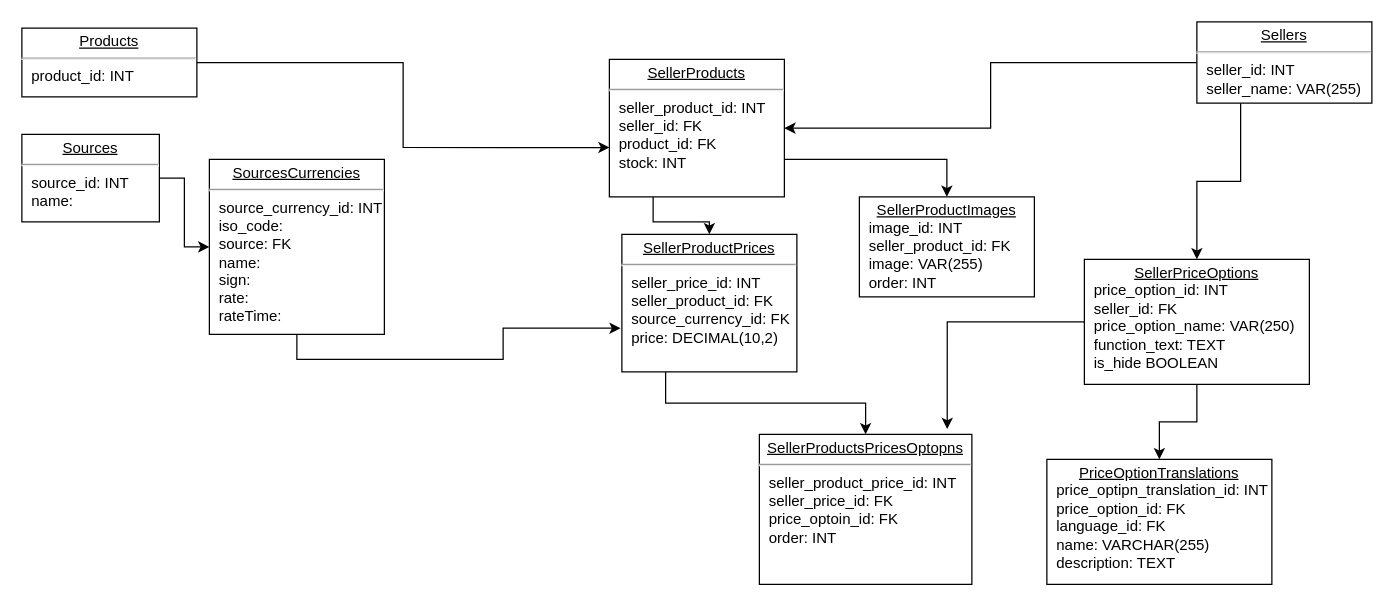
vinter-man/db_draw_io keeps this draw.io diagram as Диаграмма без названия.drawio. Above is the earlier version. Source tidied: cells renumbered, new cells numbered last; positions are measured from the earlier drawing's top-left corner, leaving out a move shared by most shapes. Both pictures are drawn from the tidied source at 125%, with x=0, y=0 at pixel (21, 21).
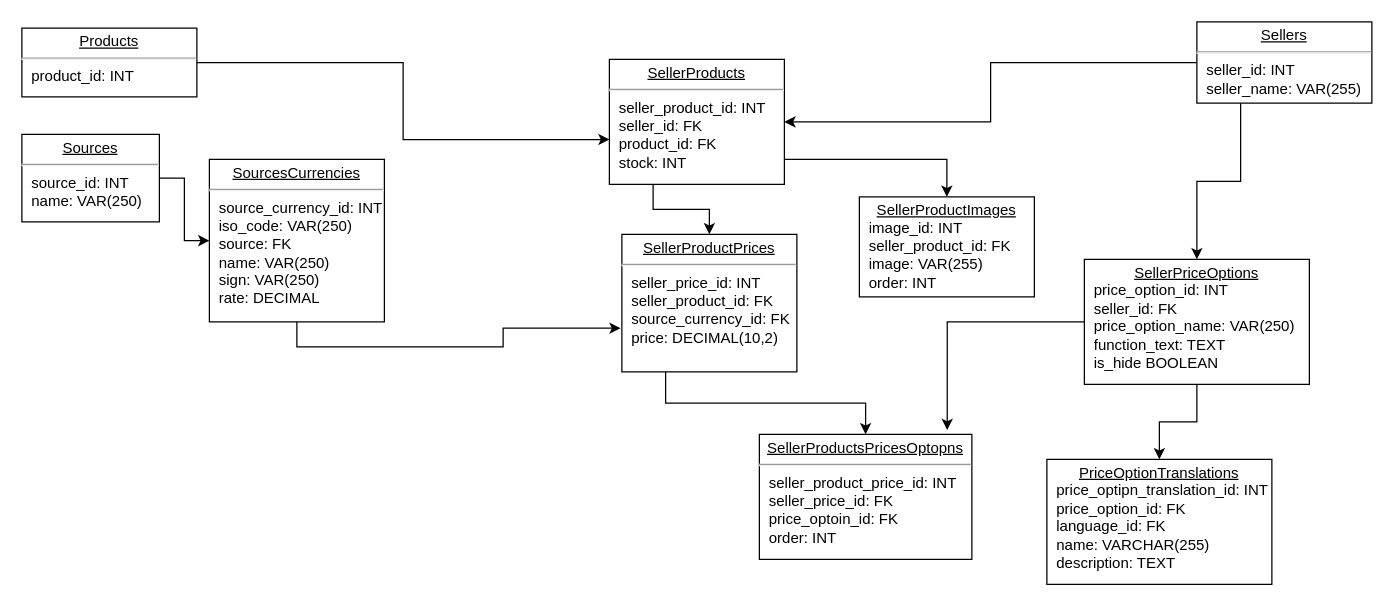
The same page after the edit.

Commit message:
types for currencies table

Diff of the diagram source:
```diff
@@
     <mxCell id="8" value="&lt;p style=&quot;margin: 0px ; margin-top: 4px ; text-align: center ; text-decoration: underline&quot;&gt;SellerProducts&lt;/p&gt;&lt;hr&gt;&lt;p style=&quot;margin: 0px ; margin-left: 8px&quot;&gt;seller_product_id: INT&lt;/p&gt;&lt;p style=&quot;margin: 0px ; margin-left: 8px&quot;&gt;seller_id: FK&lt;/p&gt;&lt;p style=&quot;margin: 0px ; margin-left: 8px&quot;&gt;product_id: FK&lt;/p&gt;&lt;p style=&quot;margin: 0px ; margin-left: 8px&quot;&gt;stock: INT&lt;/p&gt;&lt;p style=&quot;margin: 0px ; margin-left: 8px&quot;&gt;&lt;br&gt;&lt;/p&gt;" style="verticalAlign=top;align=left;overflow=fill;fontSize=12;fontFamily=Helvetica;html=1;rounded=0;shadow=0;comic=0;labelBackgroundColor=none;strokeWidth=1;" parent="1" vertex="1">
-      <mxGeometry x="470" y="30" width="140" height="110" as="geometry" />
+      <mxGeometry x="470" y="30" width="140" height="100" as="geometry" />
     </mxCell>
@@
-    <mxCell id="16" value="&lt;p style=&quot;margin: 0px ; margin-top: 4px ; text-align: center ; text-decoration: underline&quot;&gt;SourcesCurrencies&lt;/p&gt;&lt;hr&gt;&lt;p style=&quot;margin: 0px ; margin-left: 8px&quot;&gt;source_currency_id: INT&lt;/p&gt;&lt;p style=&quot;margin: 0px ; margin-left: 8px&quot;&gt;iso_code:&amp;nbsp;&lt;/p&gt;&lt;p style=&quot;margin: 0px ; margin-left: 8px&quot;&gt;source: FK&lt;/p&gt;&lt;p style=&quot;margin: 0px ; margin-left: 8px&quot;&gt;name:&lt;/p&gt;&lt;p style=&quot;margin: 0px ; margin-left: 8px&quot;&gt;sign:&lt;/p&gt;&lt;p style=&quot;margin: 0px ; margin-left: 8px&quot;&gt;rate:&lt;/p&gt;&lt;p style=&quot;margin: 0px ; margin-left: 8px&quot;&gt;rateTime:&lt;/p&gt;&lt;p style=&quot;margin: 0px ; margin-left: 8px&quot;&gt;&lt;br&gt;&lt;/p&gt;&lt;p style=&quot;margin: 0px ; margin-left: 8px&quot;&gt;&lt;br&gt;&lt;/p&gt;" style="verticalAlign=top;align=left;overflow=fill;fontSize=12;fontFamily=Helvetica;html=1;rounded=0;shadow=0;comic=0;labelBackgroundColor=none;strokeWidth=1;" parent="1" vertex="1">
-      <mxGeometry x="150" y="110" width="140" height="140" as="geometry" />
+    <mxCell id="16" value="&lt;p style=&quot;margin: 0px ; margin-top: 4px ; text-align: center ; text-decoration: underline&quot;&gt;SourcesCurrencies&lt;/p&gt;&lt;hr&gt;&lt;p style=&quot;margin: 0px ; margin-left: 8px&quot;&gt;source_currency_id: INT&lt;/p&gt;&lt;p style=&quot;margin: 0px ; margin-left: 8px&quot;&gt;iso_code:&amp;nbsp;VAR(250)&lt;/p&gt;&lt;p style=&quot;margin: 0px ; margin-left: 8px&quot;&gt;source: FK&lt;/p&gt;&lt;p style=&quot;margin: 0px ; margin-left: 8px&quot;&gt;name:&amp;nbsp;VAR(250)&lt;/p&gt;&lt;p style=&quot;margin: 0px ; margin-left: 8px&quot;&gt;sign: VAR(250)&lt;/p&gt;&lt;p style=&quot;margin: 0px ; margin-left: 8px&quot;&gt;rate:&amp;nbsp;DECIMAL&lt;/p&gt;&lt;p style=&quot;margin: 0px ; margin-left: 8px&quot;&gt;&lt;br&gt;&lt;/p&gt;&lt;p style=&quot;margin: 0px ; margin-left: 8px&quot;&gt;&lt;br&gt;&lt;/p&gt;" style="verticalAlign=top;align=left;overflow=fill;fontSize=12;fontFamily=Helvetica;html=1;rounded=0;shadow=0;comic=0;labelBackgroundColor=none;strokeWidth=1;" parent="1" vertex="1">
+      <mxGeometry x="150" y="110" width="140" height="130" as="geometry" />
     </mxCell>
@@
     <mxCell id="18" value="&lt;p style=&quot;margin: 0px ; margin-top: 4px ; text-align: center ; text-decoration: underline&quot;&gt;SellerProductsPricesOptopns&lt;/p&gt;&lt;hr&gt;&lt;p style=&quot;margin: 0px ; margin-left: 8px&quot;&gt;seller_product_price_id: INT&lt;/p&gt;&lt;p style=&quot;margin: 0px ; margin-left: 8px&quot;&gt;seller_price_id: FK&lt;/p&gt;&lt;p style=&quot;margin: 0px ; margin-left: 8px&quot;&gt;price_optoin_id: FK&lt;/p&gt;&lt;p style=&quot;margin: 0px ; margin-left: 8px&quot;&gt;order: INT&lt;/p&gt;" style="verticalAlign=top;align=left;overflow=fill;fontSize=12;fontFamily=Helvetica;html=1;rounded=0;shadow=0;comic=0;labelBackgroundColor=none;strokeWidth=1;" parent="1" vertex="1">
-      <mxGeometry x="590" y="330" width="170" height="120" as="geometry" />
+      <mxGeometry x="590" y="330" width="170" height="100" as="geometry" />
     </mxCell>
@@
-    <mxCell id="21" value="&lt;p style=&quot;margin: 0px ; margin-top: 4px ; text-align: center ; text-decoration: underline&quot;&gt;Sources&lt;/p&gt;&lt;hr&gt;&lt;p style=&quot;margin: 0px ; margin-left: 8px&quot;&gt;source_id: INT&lt;/p&gt;&lt;p style=&quot;margin: 0px ; margin-left: 8px&quot;&gt;name:&lt;/p&gt;&lt;p style=&quot;margin: 0px ; margin-left: 8px&quot;&gt;&lt;br&gt;&lt;/p&gt;&lt;p style=&quot;margin: 0px ; margin-left: 8px&quot;&gt;&lt;br&gt;&lt;/p&gt;" style="verticalAlign=top;align=left;overflow=fill;fontSize=12;fontFamily=Helvetica;html=1;rounded=0;shadow=0;comic=0;labelBackgroundColor=none;strokeWidth=1;" parent="1" vertex="1">
+    <mxCell id="21" value="&lt;p style=&quot;margin: 0px ; margin-top: 4px ; text-align: center ; text-decoration: underline&quot;&gt;Sources&lt;/p&gt;&lt;hr&gt;&lt;p style=&quot;margin: 0px ; margin-left: 8px&quot;&gt;source_id: INT&lt;/p&gt;&lt;p style=&quot;margin: 0px ; margin-left: 8px&quot;&gt;name:&amp;nbsp;VAR(250)&lt;/p&gt;&lt;p style=&quot;margin: 0px ; margin-left: 8px&quot;&gt;&lt;br&gt;&lt;/p&gt;&lt;p style=&quot;margin: 0px ; margin-left: 8px&quot;&gt;&lt;br&gt;&lt;/p&gt;" style="verticalAlign=top;align=left;overflow=fill;fontSize=12;fontFamily=Helvetica;html=1;rounded=0;shadow=0;comic=0;labelBackgroundColor=none;strokeWidth=1;" parent="1" vertex="1">
       <mxGeometry y="90" width="110" height="70" as="geometry" />
     </mxCell>
```
